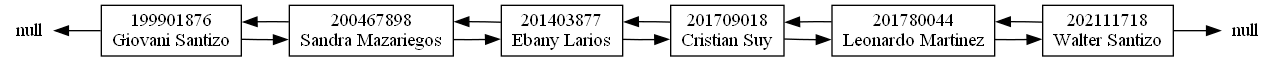
Above: EDD_Proyecto1_Fase1/Reportes/Lista.png in walterjav19/EDD_1S2023_PY_202111718 (Graphviz), before the change. Its source is kept beside it as EDD_Proyecto1_Fase1/Grafics/Lista.dot.
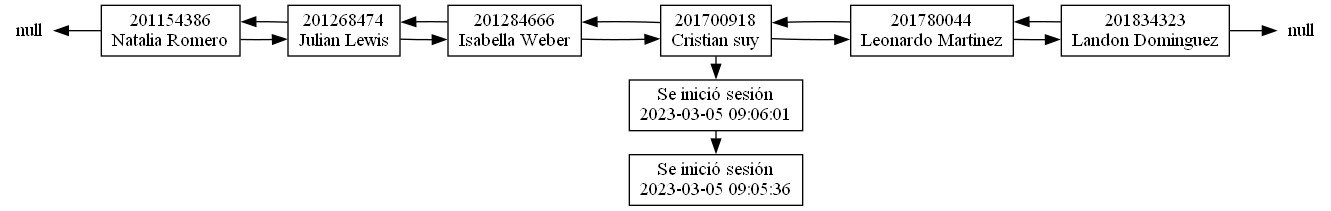
The same diagram one commit later.

The edit, as a diff of the source:
```diff
@@ -3,22 +3,29 @@
 	node [shape=box];
 	nullI [shape=none, label="null", style=bold, height=0, width=0];
 	nullF [shape=none, label="null", style=bold, height=0, width=0];
-	a199901876[label="199901876\nGiovani Santizo"]
-	a199901876->a200467898
-	nullI->a199901876[dir=back]
-			a200467898[label="200467898\nSandra Mazariegos"]
-	a200467898->a201403877
-	a200467898->a199901876
-	a201403877[label="201403877\nEbany Larios"]
-	a201403877->a201709018
-	a201403877->a200467898
-	a201709018[label="201709018\nCristian Suy"]
-	a201709018->a201780044
-	a201709018->a201403877
-	a201780044[label="201780044\nLeonardo Martinez"]
-	a201780044->a202111718
-	a201780044->a201709018
-	a202111718[label="202111718\nWalter Santizo"]
-	a202111718->a201780044
-	a202111718->nullF
+	a201154386[label="201154386\nNatalia Romero"]
+	a201154386->a201268474
+	nullI->a201154386[dir=back]
+			a201268474[label="201268474\nJulian Lewis"]
+	a201268474->a201284666
+	a201268474->a201154386
+	a201284666[label="201284666\nIsabella Weber"]
+	a201284666->a201700918
+	a201284666->a201268474
+	a201700918[label="201700918\nCristian suy"]
+	a201700918->a201780044
+	a201700918->a201284666
+	a201700918->n60
+	n60[label="Se inició sesión
+2023-03-05 09:06:01"]
+		n60->n61
+			n61[label="Se inició sesión
+2023-03-05 09:05:36"]
+		{rank=same;a201700918,n60,n61}
+a201780044[label="201780044\nLeonardo Martinez"]
+	a201780044->a201834323
+	a201780044->a201700918
+	a201834323[label="201834323\nLandon Dominguez"]
+	a201834323->a201780044
+	a201834323->nullF
 			}
```
